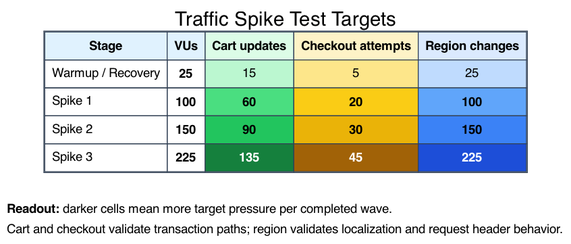
Before: docs/graphviz/traffic-spike-target-heatmap.png, a diagram exported from Graphviz (orenlion1/ensemble-retail). Its source is kept beside it as docs/graphviz/traffic-spike-target-heatmap.dot.
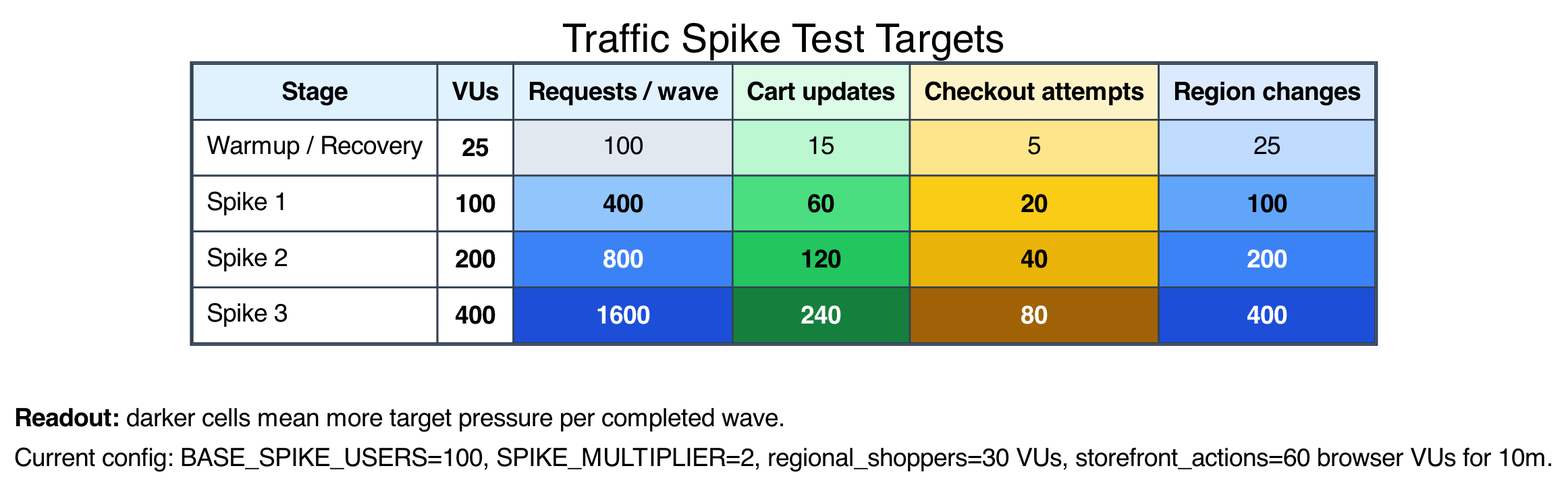
After the commit.

Change to the diagram source:
```diff
@@ -1,73 +1,24 @@
 digraph traffic_spike_target_heatmap {
-  graph [
-    rankdir=TB,
-    labelloc=t,
-    label="Traffic Spike Test Targets",
-    fontsize=22,
-    fontname="Helvetica",
-    nodesep=0.35,
-    ranksep=0.4
-  ];
+  graph [rankdir=TB, labelloc=t, label="Traffic Spike Test Targets", fontsize=22, fontname="Helvetica", nodesep=0.35, ranksep=0.4];
+  node [shape=plain, fontname="Helvetica"];
+  edge [style=invis];
 
-  node [
-    shape=plain,
-    fontname="Helvetica"
-  ];
+  target_heatmap [label=<
+    <TABLE BORDER="1" CELLBORDER="1" CELLSPACING="0" CELLPADDING="7" COLOR="#334155">
+      <TR><TD BGCOLOR="#e0f2fe"><B>Stage</B></TD><TD BGCOLOR="#e0f2fe"><B>VUs</B></TD><TD BGCOLOR="#e0f2fe"><B>Requests / wave</B></TD><TD BGCOLOR="#dcfce7"><B>Cart updates</B></TD><TD BGCOLOR="#fef3c7"><B>Checkout attempts</B></TD><TD BGCOLOR="#dbeafe"><B>Region changes</B></TD></TR>
+      <TR><TD ALIGN="LEFT">Warmup / Recovery</TD><TD><B>25</B></TD><TD BGCOLOR="#e2e8f0">100</TD><TD BGCOLOR="#bbf7d0">15</TD><TD BGCOLOR="#fde68a">5</TD><TD BGCOLOR="#bfdbfe">25</TD></TR>
+      <TR><TD ALIGN="LEFT">Spike 1</TD><TD><B>100</B></TD><TD BGCOLOR="#93c5fd"><B>400</B></TD><TD BGCOLOR="#4ade80"><B>60</B></TD><TD BGCOLOR="#facc15"><B>20</B></TD><TD BGCOLOR="#60a5fa"><B>100</B></TD></TR>
+      <TR><TD ALIGN="LEFT">Spike 2</TD><TD><B>200</B></TD><TD BGCOLOR="#3b82f6"><FONT COLOR="white"><B>800</B></FONT></TD><TD BGCOLOR="#22c55e"><B>120</B></TD><TD BGCOLOR="#eab308"><B>40</B></TD><TD BGCOLOR="#3b82f6"><FONT COLOR="white"><B>200</B></FONT></TD></TR>
+      <TR><TD ALIGN="LEFT">Spike 3</TD><TD><B>400</B></TD><TD BGCOLOR="#1d4ed8"><FONT COLOR="white"><B>1600</B></FONT></TD><TD BGCOLOR="#15803d"><FONT COLOR="white"><B>240</B></FONT></TD><TD BGCOLOR="#a16207"><FONT COLOR="white"><B>80</B></FONT></TD><TD BGCOLOR="#1d4ed8"><FONT COLOR="white"><B>400</B></FONT></TD></TR>
+    </TABLE>
+  >];
 
-  edge [
-    style=invis
-  ];
-
-  target_heatmap [
-    label=<
-      <TABLE BORDER="1" CELLBORDER="1" CELLSPACING="0" CELLPADDING="7" COLOR="#334155">
-        <TR>
-          <TD BGCOLOR="#e0f2fe"><B>Stage</B></TD>
-          <TD BGCOLOR="#e0f2fe"><B>VUs</B></TD>
-          <TD BGCOLOR="#dcfce7"><B>Cart updates</B></TD>
-          <TD BGCOLOR="#fef3c7"><B>Checkout attempts</B></TD>
-          <TD BGCOLOR="#dbeafe"><B>Region changes</B></TD>
-        </TR>
-        <TR>
-          <TD ALIGN="LEFT">Warmup / Recovery</TD>
-          <TD><B>25</B></TD>
-          <TD BGCOLOR="#bbf7d0">15</TD>
-          <TD BGCOLOR="#fde68a">5</TD>
-          <TD BGCOLOR="#bfdbfe">25</TD>
-        </TR>
-        <TR>
-          <TD ALIGN="LEFT">Spike 1</TD>
-          <TD><B>100</B></TD>
-          <TD BGCOLOR="#4ade80"><B>60</B></TD>
-          <TD BGCOLOR="#facc15"><B>20</B></TD>
-          <TD BGCOLOR="#60a5fa"><B>100</B></TD>
-        </TR>
-        <TR>
-          <TD ALIGN="LEFT">Spike 2</TD>
-          <TD><B>150</B></TD>
-          <TD BGCOLOR="#22c55e"><B>90</B></TD>
-          <TD BGCOLOR="#eab308"><B>30</B></TD>
-          <TD BGCOLOR="#3b82f6"><B>150</B></TD>
-        </TR>
-        <TR>
-          <TD ALIGN="LEFT">Spike 3</TD>
-          <TD><B>225</B></TD>
-          <TD BGCOLOR="#15803d"><FONT COLOR="white"><B>135</B></FONT></TD>
-          <TD BGCOLOR="#a16207"><FONT COLOR="white"><B>45</B></FONT></TD>
-          <TD BGCOLOR="#1d4ed8"><FONT COLOR="white"><B>225</B></FONT></TD>
-        </TR>
-      </TABLE>
-    >
-  ];
-
-  target_note [
-    label=<
-      <TABLE BORDER="0" CELLBORDER="0" CELLSPACING="0" CELLPADDING="4">
-        <TR><TD ALIGN="LEFT"><B>Readout:</B> darker cells mean more target pressure per completed wave.</TD></TR>
-        <TR><TD ALIGN="LEFT">Cart and checkout validate transaction paths; region validates localization and request header behavior.</TD></TR>
-      </TABLE>
-    >
-  ];
+  target_note [label=<
+    <TABLE BORDER="0" CELLBORDER="0" CELLSPACING="0" CELLPADDING="4">
+      <TR><TD ALIGN="LEFT"><B>Readout:</B> darker cells mean more target pressure per completed wave.</TD></TR>
+      <TR><TD ALIGN="LEFT">Current config: BASE_SPIKE_USERS=100, SPIKE_MULTIPLIER=2, regional_shoppers=30 VUs, storefront_actions=60 browser VUs for 10m.</TD></TR>
+    </TABLE>
+  >];
 
   target_heatmap -> target_note;
 }
```
